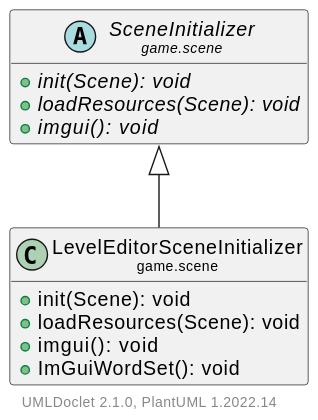
Hirschiii/JavaGameEngine keeps this PlantUML diagram as doc/javadoc/game/scene/LevelEditorSceneInitializer.svg. Above is the earlier version.
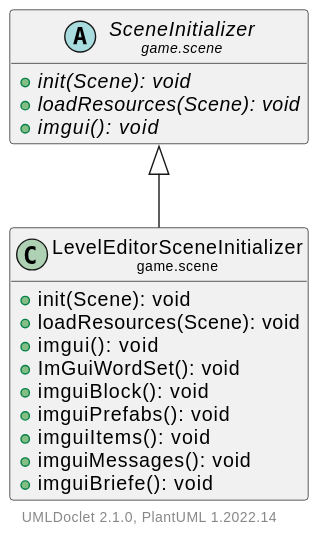
Later version of the same file.

The edit, as a diff of the source:
```diff
@@ -8,6 +8,11 @@
         +loadResources(Scene): void
         +imgui(): void
         +ImGuiWordSet(): void
+        +imguiBlock(): void
+        +imguiPrefabs(): void
+        +imguiItems(): void
+        +imguiMessages(): void
+        +imguiBriefe(): void
     }
 
     abstract class "<size:14>SceneInitializer\n<size:10>game.scene" as game.scene.SceneInitializer [[SceneInitializer.html]] {
```
